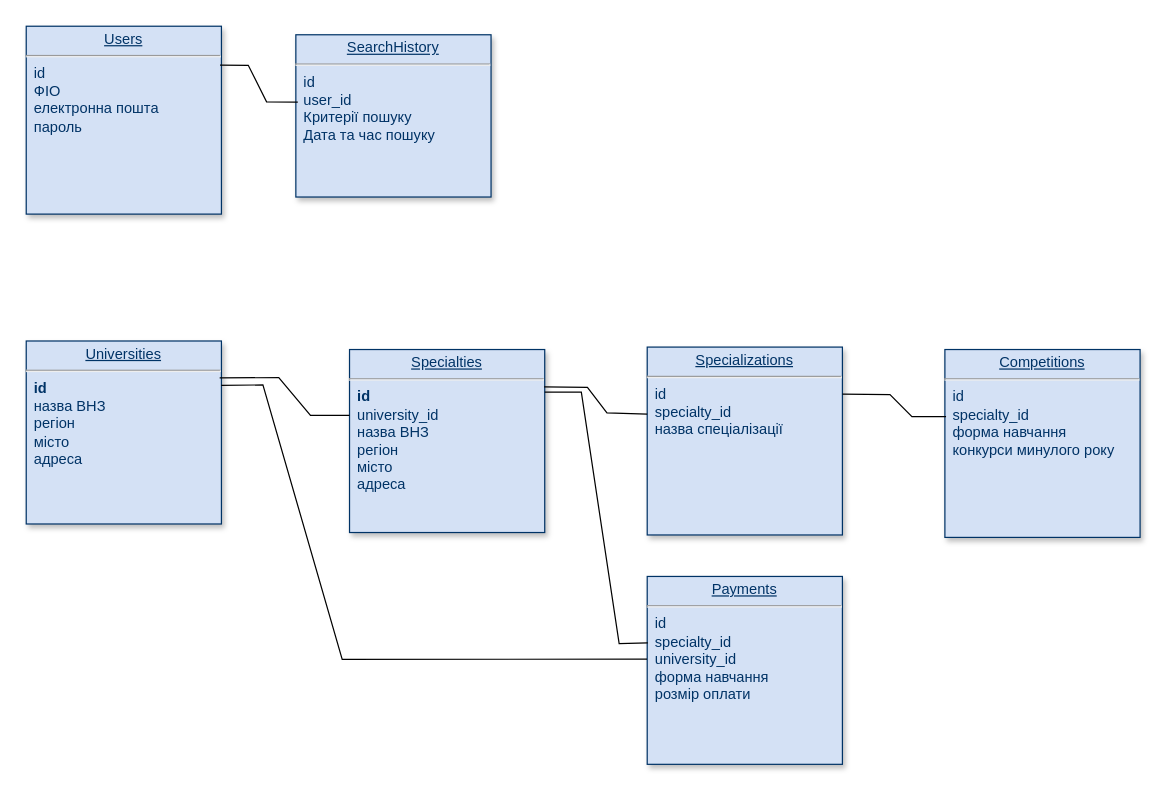
The draw.io diagram Диаграмма без названия.drawio in VadimKeranov/drawio, before the edit. Source tidied: cells renumbered, new cells numbered last; positions are measured from the earlier drawing's top-left corner, leaving out a move shared by most shapes. Both pictures are drawn from the tidied source at 122%, with x=0, y=0 at pixel (26, 26).
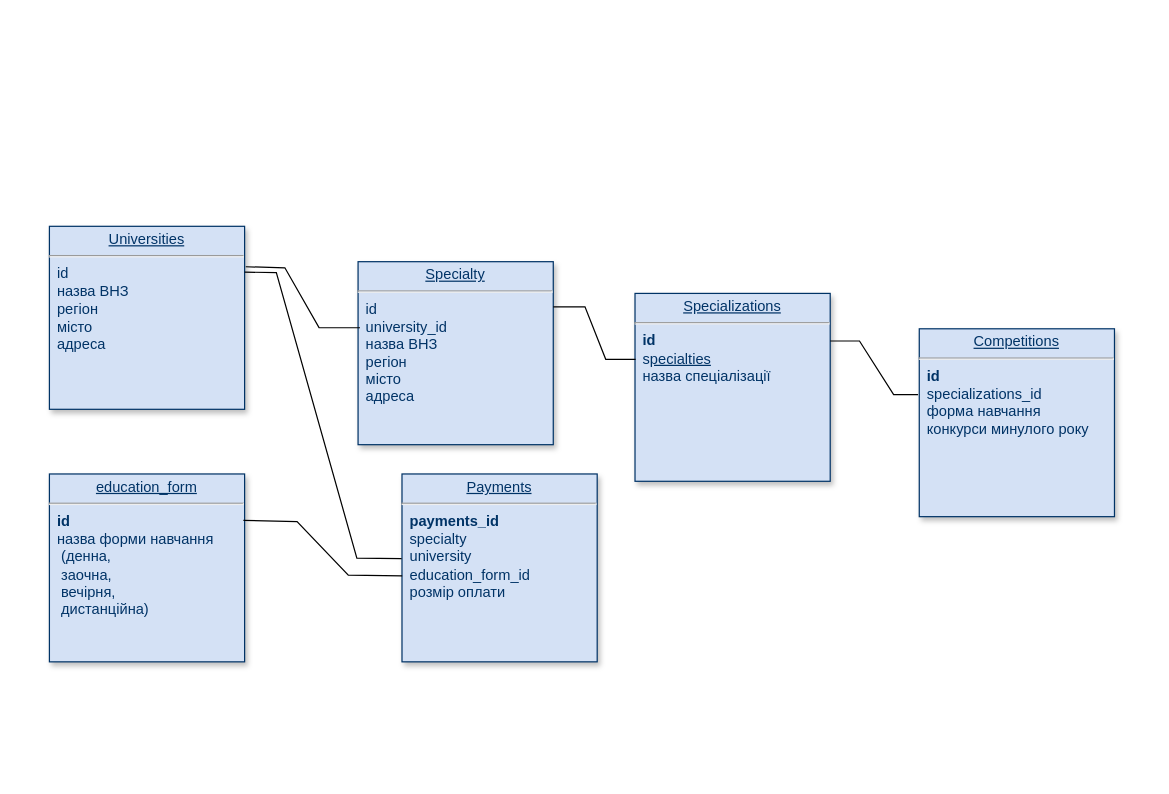
The same diagram, later.

What changed in the source:
```diff
@@
-    <mxCell id="2" value="&lt;p style=&quot;margin: 0px; margin-top: 4px; text-align: center; text-decoration: underline;&quot;&gt;SearchHistory&lt;/p&gt;&lt;hr&gt;&amp;nbsp; id &lt;br&gt;&amp;nbsp;&amp;nbsp;user_id &lt;br&gt;&amp;nbsp;&amp;nbsp;Критерії пошуку&lt;br&gt;&amp;nbsp;&amp;nbsp;Дата та час пошуку" style="verticalAlign=top;align=left;overflow=fill;fontSize=12;fontFamily=Helvetica;html=1;strokeColor=#003366;shadow=1;fillColor=#D4E1F5;fontColor=#003366;" parent="1" vertex="1">
-      <mxGeometry x="221" y="7" width="160" height="133" as="geometry" />
-    </mxCell>
-    <mxCell id="3" value="&lt;p style=&quot;margin: 0px; margin-top: 4px; text-align: center; text-decoration: underline;&quot;&gt;Universities&lt;/p&gt;&lt;hr&gt;&lt;span style=&quot;background-color: initial;&quot;&gt;&amp;nbsp; &lt;b&gt;id&lt;/b&gt;&lt;/span&gt;&lt;b&gt;&lt;br&gt;&lt;/b&gt;&lt;span style=&quot;background-color: initial;&quot;&gt;&amp;nbsp; назва ВНЗ&lt;/span&gt;&lt;br&gt;&lt;span style=&quot;background-color: initial;&quot;&gt;&amp;nbsp; регіон&lt;/span&gt;&lt;br&gt;&lt;span style=&quot;background-color: initial;&quot;&gt;&amp;nbsp; місто&lt;/span&gt;&lt;br&gt;&lt;div style=&quot;&quot;&gt;&lt;span style=&quot;background-color: initial;&quot;&gt;&amp;nbsp; адреса&lt;br&gt;&lt;/span&gt;&lt;/div&gt;" style="verticalAlign=top;align=left;overflow=fill;fontSize=12;fontFamily=Helvetica;html=1;strokeColor=#003366;shadow=1;fillColor=#D4E1F5;fontColor=#003366;" parent="1" vertex="1">
-      <mxGeometry y="258" width="160" height="150" as="geometry" />
+    <mxCell id="3" value="&lt;p style=&quot;margin: 0px; margin-top: 4px; text-align: center; text-decoration: underline;&quot;&gt;Universities&lt;/p&gt;&lt;hr&gt;&lt;span style=&quot;background-color: initial;&quot;&gt;&amp;nbsp;&amp;nbsp;&lt;/span&gt;id&lt;b&gt;&lt;br&gt;&lt;/b&gt;&lt;span style=&quot;background-color: initial;&quot;&gt;&amp;nbsp; назва ВНЗ&lt;/span&gt;&lt;br&gt;&lt;span style=&quot;background-color: initial;&quot;&gt;&amp;nbsp; регіон&lt;/span&gt;&lt;br&gt;&lt;span style=&quot;background-color: initial;&quot;&gt;&amp;nbsp; місто&lt;/span&gt;&lt;br&gt;&lt;div style=&quot;&quot;&gt;&lt;span style=&quot;background-color: initial;&quot;&gt;&amp;nbsp; адреса&lt;br&gt;&lt;/span&gt;&lt;/div&gt;" style="verticalAlign=top;align=left;overflow=fill;fontSize=12;fontFamily=Helvetica;html=1;strokeColor=#003366;shadow=1;fillColor=#D4E1F5;fontColor=#003366;" parent="1" vertex="1">
+      <mxGeometry x="19" y="164" width="160" height="150" as="geometry" />
     </mxCell>
-    <mxCell id="4" value="&lt;p style=&quot;margin: 0px; margin-top: 4px; text-align: center; text-decoration: underline;&quot;&gt;Competitions&lt;/p&gt;&lt;hr&gt;&amp;nbsp; id&lt;br&gt;&amp;nbsp;&amp;nbsp;specialty_id&amp;nbsp;&amp;nbsp;&lt;br&gt;&amp;nbsp;&amp;nbsp;форма навчання&lt;br&gt;&amp;nbsp;&amp;nbsp;конкурси минулого року" style="verticalAlign=top;align=left;overflow=fill;fontSize=12;fontFamily=Helvetica;html=1;strokeColor=#003366;shadow=1;fillColor=#D4E1F5;fontColor=#003366;" parent="1" vertex="1">
-      <mxGeometry x="753" y="265" width="160" height="154" as="geometry" />
+    <mxCell id="4" value="&lt;p style=&quot;margin: 0px; margin-top: 4px; text-align: center; text-decoration: underline;&quot;&gt;Competitions&lt;/p&gt;&lt;hr&gt;&amp;nbsp; &lt;b&gt;id&lt;br&gt;&lt;/b&gt;&amp;nbsp; specializations_id&amp;nbsp;&amp;nbsp;&lt;br&gt;&amp;nbsp;&amp;nbsp;форма навчання&lt;br&gt;&amp;nbsp;&amp;nbsp;конкурси минулого року" style="verticalAlign=top;align=left;overflow=fill;fontSize=12;fontFamily=Helvetica;html=1;strokeColor=#003366;shadow=1;fillColor=#D4E1F5;fontColor=#003366;" parent="1" vertex="1">
+      <mxGeometry x="732" y="248" width="160" height="154" as="geometry" />
     </mxCell>
-    <mxCell id="5" value="&lt;p style=&quot;margin: 0px; margin-top: 4px; text-align: center; text-decoration: underline;&quot;&gt;Specializations&lt;br&gt;&lt;/p&gt;&lt;hr&gt;&amp;nbsp; id&lt;br&gt;&amp;nbsp; specialty_id&lt;br&gt;&amp;nbsp;&amp;nbsp;назва спеціалізації" style="verticalAlign=top;align=left;overflow=fill;fontSize=12;fontFamily=Helvetica;html=1;strokeColor=#003366;shadow=1;fillColor=#D4E1F5;fontColor=#003366;" parent="1" vertex="1">
-      <mxGeometry x="509" y="263" width="160" height="154" as="geometry" />
+    <mxCell id="5" value="&lt;p style=&quot;margin: 0px; margin-top: 4px; text-align: center; text-decoration: underline;&quot;&gt;Specializations&lt;br&gt;&lt;/p&gt;&lt;hr&gt;&amp;nbsp; &lt;b&gt;id&lt;/b&gt;&lt;br&gt;&amp;nbsp; s&lt;u style=&quot;border-color: var(--border-color); text-align: center;&quot;&gt;pecialties&lt;/u&gt;&lt;br&gt;&amp;nbsp;&amp;nbsp;назва спеціалізації" style="verticalAlign=top;align=left;overflow=fill;fontSize=12;fontFamily=Helvetica;html=1;strokeColor=#003366;shadow=1;fillColor=#D4E1F5;fontColor=#003366;" parent="1" vertex="1">
+      <mxGeometry x="499" y="219" width="160" height="154" as="geometry" />
     </mxCell>
-    <mxCell id="6" value="&lt;p style=&quot;margin: 0px; margin-top: 4px; text-align: center; text-decoration: underline;&quot;&gt;&lt;/p&gt;&lt;div style=&quot;text-align: center;&quot;&gt;&lt;span style=&quot;background-color: initial;&quot;&gt;&lt;u style=&quot;&quot;&gt;Specialties&lt;/u&gt;&lt;/span&gt;&lt;/div&gt;&lt;hr&gt;&amp;nbsp; &lt;b&gt;id&lt;/b&gt;&lt;span style=&quot;background-color: initial;&quot;&gt;&lt;br&gt;&lt;b&gt;&amp;nbsp; &lt;/b&gt;university_id&lt;/span&gt;&lt;b&gt;&lt;br&gt;&lt;/b&gt;&lt;span style=&quot;background-color: initial;&quot;&gt;&amp;nbsp; назва ВНЗ&lt;/span&gt;&lt;br&gt;&lt;span style=&quot;background-color: initial;&quot;&gt;&amp;nbsp; регіон&lt;/span&gt;&lt;br&gt;&lt;span style=&quot;background-color: initial;&quot;&gt;&amp;nbsp; місто&lt;/span&gt;&lt;br&gt;&lt;div style=&quot;&quot;&gt;&lt;span style=&quot;background-color: initial;&quot;&gt;&amp;nbsp; адреса&lt;br&gt;&lt;/span&gt;&lt;/div&gt;" style="verticalAlign=top;align=left;overflow=fill;fontSize=12;fontFamily=Helvetica;html=1;strokeColor=#003366;shadow=1;fillColor=#D4E1F5;fontColor=#003366;" parent="1" vertex="1">
-      <mxGeometry x="265" y="265" width="160" height="150" as="geometry" />
+    <mxCell id="6" value="&lt;p style=&quot;margin: 0px; margin-top: 4px; text-align: center; text-decoration: underline;&quot;&gt;&lt;/p&gt;&lt;div style=&quot;text-align: center;&quot;&gt;&lt;span style=&quot;background-color: initial;&quot;&gt;&lt;u style=&quot;&quot;&gt;Specialty&lt;/u&gt;&lt;/span&gt;&lt;/div&gt;&lt;hr&gt;&amp;nbsp; id&lt;br style=&quot;border-color: var(--border-color);&quot;&gt;&lt;span style=&quot;background-color: initial;&quot;&gt;&lt;b&gt;&amp;nbsp;&amp;nbsp;&lt;/b&gt;university_id&lt;/span&gt;&lt;b&gt;&lt;br&gt;&lt;/b&gt;&lt;span style=&quot;background-color: initial;&quot;&gt;&amp;nbsp; назва ВНЗ&lt;/span&gt;&lt;br&gt;&lt;span style=&quot;background-color: initial;&quot;&gt;&amp;nbsp; регіон&lt;/span&gt;&lt;br&gt;&lt;span style=&quot;background-color: initial;&quot;&gt;&amp;nbsp; місто&lt;/span&gt;&lt;br&gt;&lt;div style=&quot;&quot;&gt;&lt;span style=&quot;background-color: initial;&quot;&gt;&amp;nbsp; адреса&lt;br&gt;&lt;/span&gt;&lt;/div&gt;" style="verticalAlign=top;align=left;overflow=fill;fontSize=12;fontFamily=Helvetica;html=1;strokeColor=#003366;shadow=1;fillColor=#D4E1F5;fontColor=#003366;" parent="1" vertex="1">
+      <mxGeometry x="272" y="193" width="160" height="150" as="geometry" />
     </mxCell>
-    <mxCell id="7" value="&lt;p style=&quot;margin: 0px; margin-top: 4px; text-align: center; text-decoration: underline;&quot;&gt;Payments&lt;br&gt;&lt;/p&gt;&lt;hr&gt;&amp;nbsp; id&lt;br&gt;&amp;nbsp;&amp;nbsp;specialty_id &lt;br&gt;&amp;nbsp; university_id&lt;br&gt;&amp;nbsp;&amp;nbsp;форма навчання&lt;br&gt;&amp;nbsp;&amp;nbsp;розмір оплати" style="verticalAlign=top;align=left;overflow=fill;fontSize=12;fontFamily=Helvetica;html=1;strokeColor=#003366;shadow=1;fillColor=#D4E1F5;fontColor=#003366;" parent="1" vertex="1">
-      <mxGeometry x="509" y="451" width="160" height="154" as="geometry" />
+    <mxCell id="7" value="&lt;p style=&quot;margin: 0px; margin-top: 4px; text-align: center; text-decoration: underline;&quot;&gt;Payments&lt;br&gt;&lt;/p&gt;&lt;hr&gt;&amp;nbsp;&lt;b&gt;&amp;nbsp;payments_id&lt;/b&gt;&lt;br&gt;&amp;nbsp;&amp;nbsp;specialty&lt;br&gt;&amp;nbsp; university&lt;br&gt;&amp;nbsp; education_form_id&lt;br&gt;&amp;nbsp;&amp;nbsp;розмір оплати" style="verticalAlign=top;align=left;overflow=fill;fontSize=12;fontFamily=Helvetica;html=1;strokeColor=#003366;shadow=1;fillColor=#D4E1F5;fontColor=#003366;" parent="1" vertex="1">
+      <mxGeometry x="308" y="367" width="160" height="154" as="geometry" />
     </mxCell>
-    <mxCell id="8" value="&lt;p style=&quot;margin: 0px; margin-top: 4px; text-align: center; text-decoration: underline;&quot;&gt;Users&lt;br&gt;&lt;/p&gt;&lt;hr&gt;&amp;nbsp; id&lt;br&gt;&amp;nbsp; ФІО&lt;br&gt;&amp;nbsp;&amp;nbsp;електронна пошта&lt;br&gt;&amp;nbsp;&amp;nbsp;пароль" style="verticalAlign=top;align=left;overflow=fill;fontSize=12;fontFamily=Helvetica;html=1;strokeColor=#003366;shadow=1;fillColor=#D4E1F5;fontColor=#003366;" parent="1" vertex="1">
-      <mxGeometry width="160" height="154" as="geometry" />
-    </mxCell>
+    <mxCell id="15" value="&lt;p style=&quot;margin: 0px; margin-top: 4px; text-align: center; text-decoration: underline;&quot;&gt;education_form&lt;br&gt;&lt;/p&gt;&lt;hr&gt;&amp;nbsp; &lt;b&gt;id&lt;/b&gt;&lt;br&gt;&amp;nbsp;&amp;nbsp;назва форми навчання &lt;br&gt;&amp;nbsp; &amp;nbsp;(денна, &lt;br&gt;&amp;nbsp; &amp;nbsp;заочна, &lt;br&gt;&amp;nbsp; &amp;nbsp;вечірня, &lt;br&gt;&amp;nbsp; &amp;nbsp;дистанційна)" style="verticalAlign=top;align=left;overflow=fill;fontSize=12;fontFamily=Helvetica;html=1;strokeColor=#003366;shadow=1;fillColor=#D4E1F5;fontColor=#003366;" parent="1" vertex="1">
+      <mxGeometry x="19" y="367" width="160" height="154" as="geometry" />
+    </mxCell>
-    <mxCell id="9" style="endArrow=none;html=1;rounded=0;exitX=0.991;exitY=0.202;exitDx=0;exitDy=0;entryX=0;entryY=0.36;entryDx=0;entryDy=0;entryPerimeter=0;exitPerimeter=0;" parent="1" edge="1" source="3" target="6">
+    <mxCell id="9" style="endArrow=none;html=1;rounded=0;entryX=0.01;entryY=0.361;entryDx=0;entryDy=0;entryPerimeter=0;exitX=1.006;exitY=0.221;exitDx=0;exitDy=0;exitPerimeter=0;" parent="1" edge="1" source="3" target="6">
       <mxGeometry relative="1" as="geometry">
         <Array as="points">
-          <mxPoint x="207" y="288" />
-          <mxPoint x="233" y="319" />
+          <mxPoint x="212" y="198" />
+          <mxPoint x="240" y="247" />
         </Array>
       </mxGeometry>
     </mxCell>
-    <mxCell id="10" style="endArrow=none;html=1;rounded=0;exitX=0.997;exitY=0.204;exitDx=0;exitDy=0;entryX=0;entryY=0.357;entryDx=0;entryDy=0;entryPerimeter=0;exitPerimeter=0;" parent="1" edge="1" source="6" target="5">
-      <mxGeometry relative="1" as="geometry">
-        <Array as="points">
-          <mxPoint x="460" y="296" />
-          <mxPoint x="476" y="317" />
-        </Array>
-      </mxGeometry>
-    </mxCell>
-    <mxCell id="11" style="endArrow=none;html=1;rounded=0;exitX=1;exitY=0.25;exitDx=0;exitDy=0;entryX=0.006;entryY=0.357;entryDx=0;entryDy=0;entryPerimeter=0;" parent="1" edge="1" source="5" target="4">
-      <mxGeometry relative="1" as="geometry">
-        <Array as="points">
-          <mxPoint x="708" y="302" />
-          <mxPoint x="726" y="320" />
-        </Array>
-      </mxGeometry>
-    </mxCell>
-    <mxCell id="12" style="endArrow=none;html=1;rounded=0;entryX=0.01;entryY=0.415;entryDx=0;entryDy=0;entryPerimeter=0;exitX=0.993;exitY=0.207;exitDx=0;exitDy=0;exitPerimeter=0;" parent="1" edge="1" source="8" target="2">
-      <mxGeometry relative="1" as="geometry">
-        <Array as="points">
-          <mxPoint x="182" y="32" />
-          <mxPoint x="197" y="62" />
-        </Array>
-      </mxGeometry>
-    </mxCell>
-    <mxCell id="13" style="endArrow=none;html=1;rounded=0;exitX=1;exitY=0.233;exitDx=0;exitDy=0;exitPerimeter=0;entryX=0.003;entryY=0.354;entryDx=0;entryDy=0;entryPerimeter=0;" parent="1" edge="1" source="6" target="7">
-      <mxGeometry relative="1" as="geometry">
-        <Array as="points">
-          <mxPoint x="455" y="300" />
-          <mxPoint x="486" y="506" />
-        </Array>
-      </mxGeometry>
-    </mxCell>
-    <mxCell id="14" style="endArrow=none;html=1;rounded=0;exitX=0.999;exitY=0.243;exitDx=0;exitDy=0;exitPerimeter=0;entryX=-0.001;entryY=0.44;entryDx=0;entryDy=0;entryPerimeter=0;" parent="1" edge="1" source="3" target="7">
-      <mxGeometry relative="1" as="geometry">
-        <Array as="points">
-          <mxPoint x="194" y="294" />
-          <mxPoint x="259" y="519" />
-        </Array>
-      </mxGeometry>
-    </mxCell>
+    <mxCell id="16" style="endArrow=none;html=1;rounded=0;entryX=0.003;entryY=0.351;entryDx=0;entryDy=0;entryPerimeter=0;" parent="1" edge="1" target="5">
+      <mxGeometry relative="1" as="geometry">
+        <mxPoint x="432" y="230" as="sourcePoint" />
+        <Array as="points">
+          <mxPoint x="458" y="230" />
+          <mxPoint x="475" y="273" />
+        </Array>
+      </mxGeometry>
+    </mxCell>
+    <mxCell id="17" style="endArrow=none;html=1;rounded=0;" parent="1" edge="1">
+      <mxGeometry relative="1" as="geometry">
+        <mxPoint x="659" y="258" as="sourcePoint" />
+        <mxPoint x="731" y="302" as="targetPoint" />
+        <Array as="points">
+          <mxPoint x="683" y="258" />
+          <mxPoint x="711" y="302" />
+        </Array>
+      </mxGeometry>
+    </mxCell>
+    <mxCell id="18" style="endArrow=none;html=1;rounded=0;entryX=0.001;entryY=0.542;entryDx=0;entryDy=0;entryPerimeter=0;" parent="1" edge="1" target="7">
+      <mxGeometry relative="1" as="geometry">
+        <mxPoint x="178" y="405" as="sourcePoint" />
+        <Array as="points">
+          <mxPoint x="222" y="406" />
+          <mxPoint x="264" y="450" />
+        </Array>
+      </mxGeometry>
+    </mxCell>
+    <mxCell id="19" style="endArrow=none;html=1;rounded=0;entryX=1;entryY=0.25;entryDx=0;entryDy=0;exitX=-0.002;exitY=0.45;exitDx=0;exitDy=0;exitPerimeter=0;" parent="1" edge="1" source="7" target="3">
+      <mxGeometry relative="1" as="geometry">
+        <Array as="points">
+          <mxPoint x="271" y="436" />
+          <mxPoint x="205" y="202" />
+        </Array>
+      </mxGeometry>
+    </mxCell>
```
